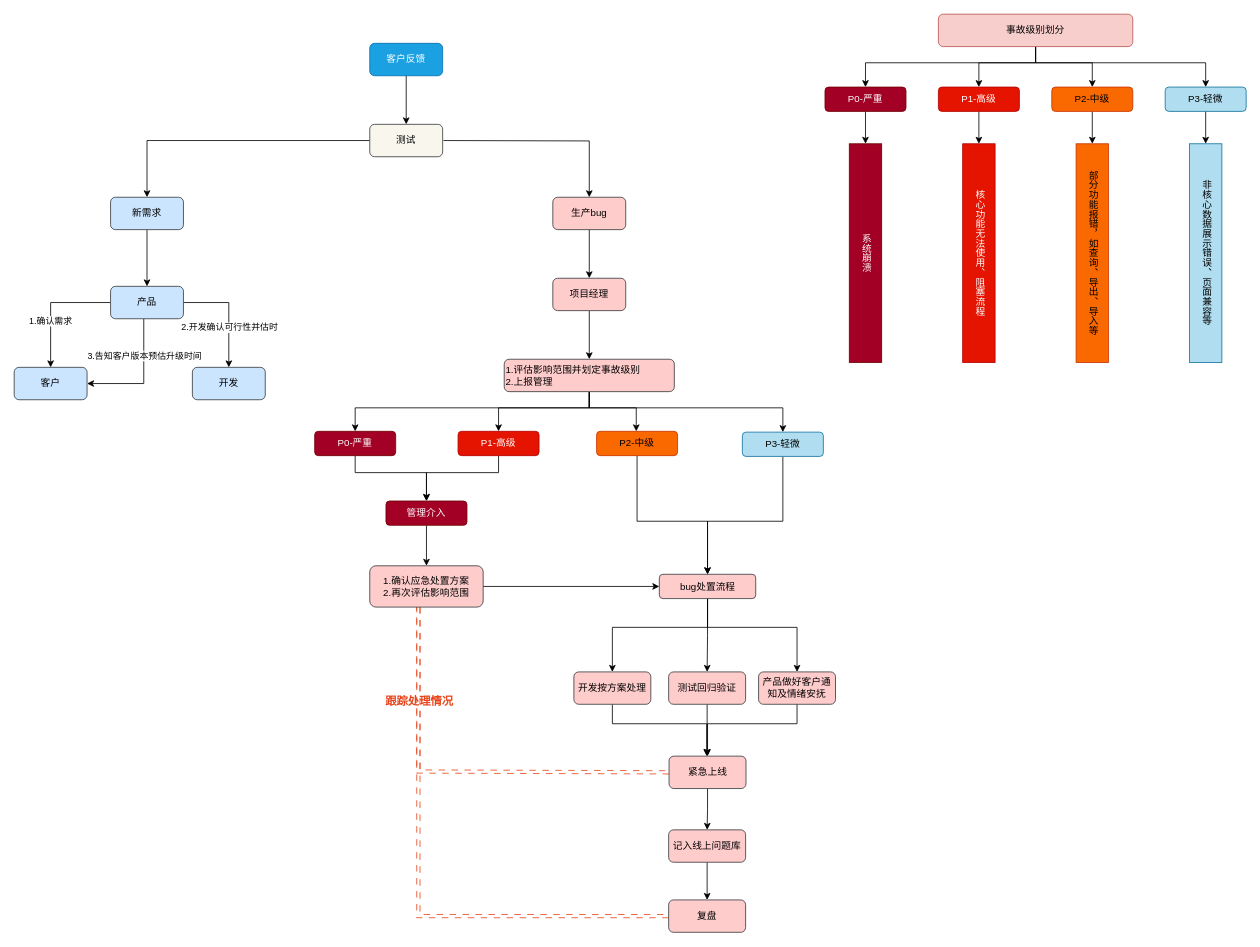
Earlier version of the draw.io diagram 蕴业生产问题处理流程.drawio (ammengke/my-drawio). Source tidied: cells renumbered, new cells numbered last; positions are measured from the earlier drawing's top-left corner, leaving out a move shared by most shapes. Both pictures are drawn from the tidied source at 81%, with x=0, y=0 at pixel (14, 14).
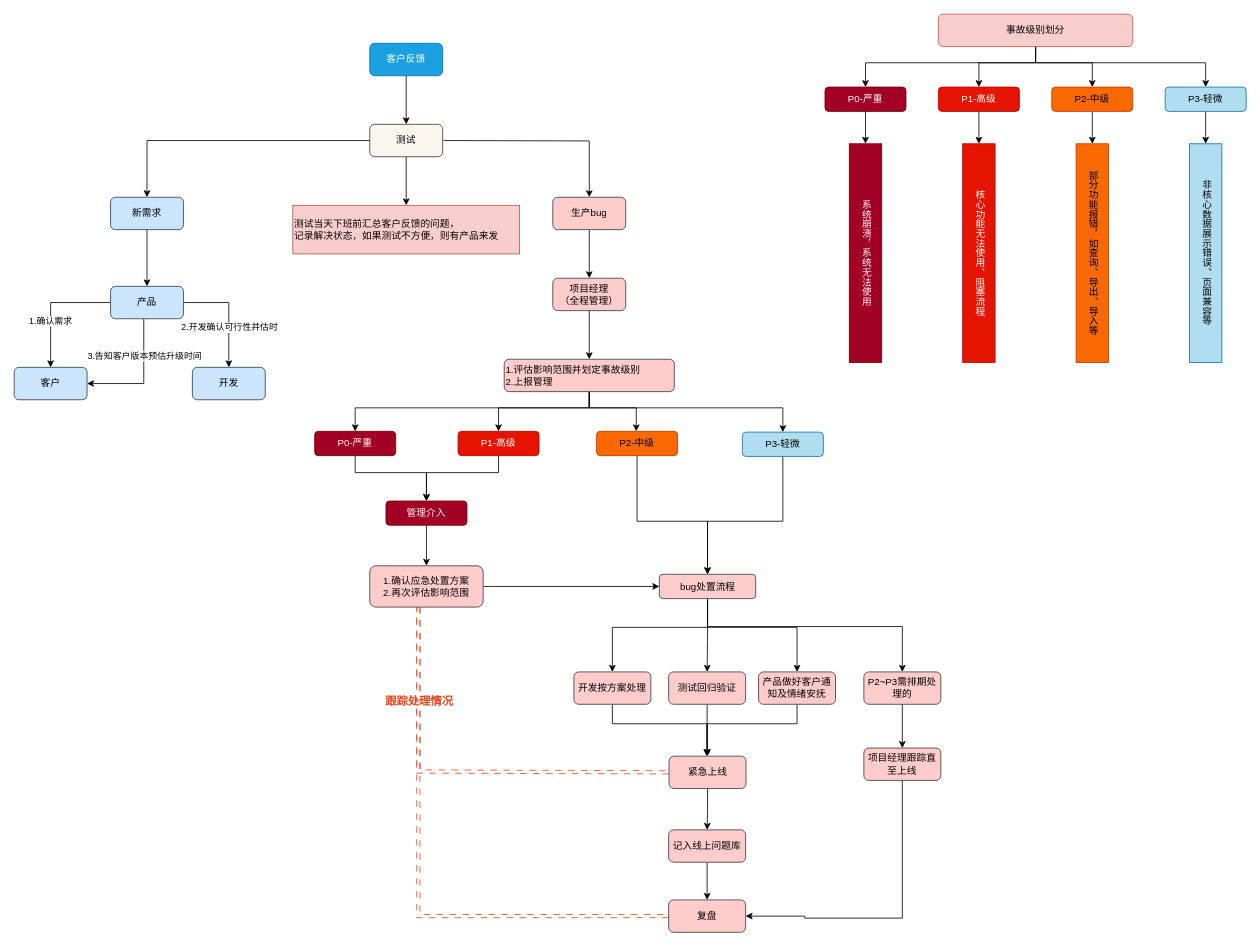
After the change.

Commit message:
更新蕴业生产问题处理流程.drawio

The change refers to these unchanged cells:
```xml
<mxCell id="6" value="测试" style="rounded=1;whiteSpace=wrap;html=1;fillColor=#f9f7ed;strokeColor=#36393d;" parent="1" vertex="1">
  <mxGeometry x="439" y="136" width="90" height="40" as="geometry" />
</mxCell>
<mxCell id="70" value="bug处置流程" style="rounded=1;whiteSpace=wrap;html=1;fillColor=#ffcccc;strokeColor=#36393d;" parent="1" vertex="1">
  <mxGeometry x="796.5" y="691.5" width="119" height="30" as="geometry" />
</mxCell>
<mxCell id="73" value="复盘" style="rounded=1;whiteSpace=wrap;html=1;fillColor=#ffcccc;strokeColor=#36393d;" parent="1" vertex="1">
  <mxGeometry x="808" y="1093.5" width="95" height="40" as="geometry" />
</mxCell>
```

The edit, as a diff of the source:
```diff
@@
+    <mxCell id="74" style="edgeStyle=orthogonalEdgeStyle;rounded=0;jettySize=auto;html=1;" parent="1" edge="1" source="6" target="80">
+      <mxGeometry relative="1" as="geometry" />
+    </mxCell>
@@
-    <mxCell id="21" value="项目经理" style="rounded=1;whiteSpace=wrap;html=1;fillColor=#ffcccc;strokeColor=#36393d;" parent="1" vertex="1">
+    <mxCell id="21" value="项目经理&lt;div&gt;（全程管理）&lt;/div&gt;" style="rounded=1;whiteSpace=wrap;html=1;fillColor=#ffcccc;strokeColor=#36393d;" parent="1" vertex="1">
       <mxGeometry x="665" y="326" width="90" height="40" as="geometry" />
     </mxCell>
@@
-    <mxCell id="35" value="系统崩溃" style="rounded=0;whiteSpace=wrap;html=1;horizontal=1;textDirection=vertical-lr;fillColor=#a20025;fontColor=#ffffff;strokeColor=#6F0000;" parent="1" vertex="1">
+    <mxCell id="35" value="系统崩溃，系统无法使用" style="rounded=0;whiteSpace=wrap;html=1;horizontal=1;textDirection=vertical-lr;fillColor=#a20025;fontColor=#ffffff;strokeColor=#6F0000;" parent="1" vertex="1">
       <mxGeometry x="1031" y="160" width="40" height="270" as="geometry" />
     </mxCell>
@@
+    <mxCell id="75" style="edgeStyle=orthogonalEdgeStyle;rounded=0;jettySize=auto;html=1;entryX=0.5;entryY=0;entryDx=0;entryDy=0;" parent="1" edge="1" source="70" target="77">
+      <mxGeometry relative="1" as="geometry">
+        <Array as="points">
+          <mxPoint x="856" y="756" />
+          <mxPoint x="1097" y="756" />
+        </Array>
+      </mxGeometry>
+    </mxCell>
@@
+    <mxCell id="76" style="edgeStyle=orthogonalEdgeStyle;rounded=0;jettySize=auto;html=1;" parent="1" edge="1" source="77" target="79">
+      <mxGeometry relative="1" as="geometry" />
+    </mxCell>
+    <mxCell id="77" value="P2~P3需排期处理的" style="rounded=1;whiteSpace=wrap;html=1;fillColor=#ffcccc;strokeColor=#36393d;" parent="1" vertex="1">
+      <mxGeometry x="1049" y="812" width="95" height="40" as="geometry" />
+    </mxCell>
+    <mxCell id="78" style="edgeStyle=orthogonalEdgeStyle;rounded=0;jettySize=auto;html=1;entryX=1;entryY=0.5;entryDx=0;entryDy=0;" parent="1" edge="1" source="79" target="73">
+      <mxGeometry relative="1" as="geometry">
+        <Array as="points">
+          <mxPoint x="1097" y="1116" />
+          <mxPoint x="976" y="1116" />
+          <mxPoint x="976" y="1114" />
+        </Array>
+      </mxGeometry>
+    </mxCell>
+    <mxCell id="79" value="项目经理跟踪直至上线" style="rounded=1;whiteSpace=wrap;html=1;fillColor=#ffcccc;strokeColor=#36393d;" parent="1" vertex="1">
+      <mxGeometry x="1049" y="906" width="95" height="40" as="geometry" />
+    </mxCell>
+    <mxCell id="80" value="测试当天下班前汇总客户反馈的问题，&lt;div&gt;记录解决状态，如果测试不方便，则有产品来发&lt;/div&gt;" style="rounded=0;whiteSpace=wrap;html=1;align=left;fillColor=#f8cecc;strokeColor=#b85450;" parent="1" vertex="1">
+      <mxGeometry x="344" y="236" width="280" height="60" as="geometry" />
+    </mxCell>
```
